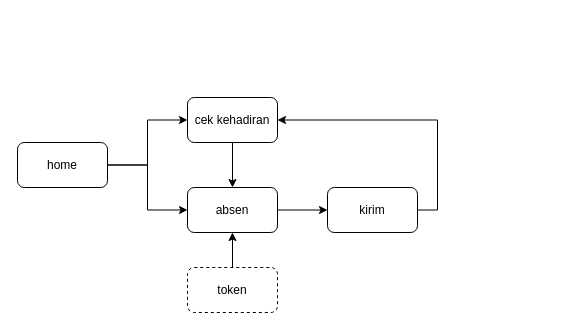
Above: Alur-Presensi-ITClub.drawio in Afkar-Saga/presensi-itclub (draw.io), before the change. Source tidied: cells renumbered, new cells numbered last; positions are measured from the earlier drawing's top-left corner, leaving out a move shared by most shapes. Both pictures are drawn from the tidied source at 100%, with x=0, y=0 at pixel (17, 97).
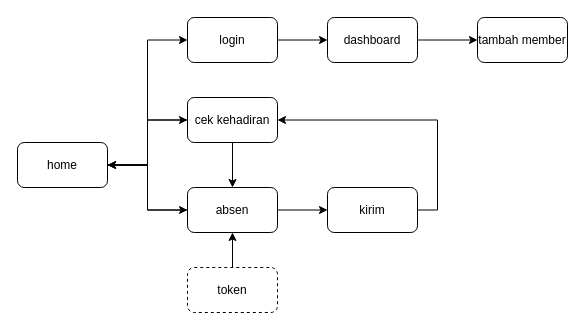
The same diagram, later.

The change refers to these unchanged cells:
```xml
<mxCell id="4" value="home" style="rounded=1;whiteSpace=wrap;html=1;" parent="1" vertex="1">
  <mxGeometry y="45" width="90" height="45" as="geometry" />
</mxCell>
<mxCell id="6" value="cek kehadiran" style="rounded=1;whiteSpace=wrap;html=1;" parent="1" vertex="1">
  <mxGeometry x="170" width="90" height="45" as="geometry" />
</mxCell>
<mxCell id="8" value="absen" style="rounded=1;whiteSpace=wrap;html=1;" parent="1" vertex="1">
  <mxGeometry x="170" y="90" width="90" height="45" as="geometry" />
</mxCell>
```

The edit, as a diff of the source:
```diff
@@
+    <mxCell id="13" style="edgeStyle=orthogonalEdgeStyle;rounded=0;jettySize=auto;html=1;entryX=0;entryY=0.5;entryDx=0;entryDy=0;" parent="1" edge="1" source="4" target="17">
+      <mxGeometry relative="1" as="geometry" />
+    </mxCell>
@@
+    <mxCell id="14" style="edgeStyle=orthogonalEdgeStyle;rounded=0;jettySize=auto;html=1;entryX=1;entryY=0.5;entryDx=0;entryDy=0;" parent="1" edge="1" source="6" target="4">
+      <mxGeometry relative="1" as="geometry" />
+    </mxCell>
@@
+    <mxCell id="15" style="edgeStyle=orthogonalEdgeStyle;rounded=0;jettySize=auto;html=1;entryX=1;entryY=0.5;entryDx=0;entryDy=0;" parent="1" edge="1" source="8" target="4">
+      <mxGeometry relative="1" as="geometry" />
+    </mxCell>
@@
+    <mxCell id="16" style="edgeStyle=orthogonalEdgeStyle;rounded=0;jettySize=auto;html=1;" parent="1" edge="1" source="17" target="19">
+      <mxGeometry relative="1" as="geometry" />
+    </mxCell>
+    <mxCell id="17" value="login" style="rounded=1;whiteSpace=wrap;html=1;" parent="1" vertex="1">
+      <mxGeometry x="170" y="-80" width="90" height="45" as="geometry" />
+    </mxCell>
+    <mxCell id="18" style="edgeStyle=orthogonalEdgeStyle;rounded=0;jettySize=auto;html=1;" parent="1" edge="1" source="19" target="20">
+      <mxGeometry relative="1" as="geometry" />
+    </mxCell>
+    <mxCell id="19" value="dashboard" style="rounded=1;whiteSpace=wrap;html=1;" parent="1" vertex="1">
+      <mxGeometry x="310" y="-80" width="90" height="45" as="geometry" />
+    </mxCell>
+    <mxCell id="20" value="tambah member" style="rounded=1;whiteSpace=wrap;html=1;" parent="1" vertex="1">
+      <mxGeometry x="460" y="-80" width="90" height="45" as="geometry" />
+    </mxCell>
```
